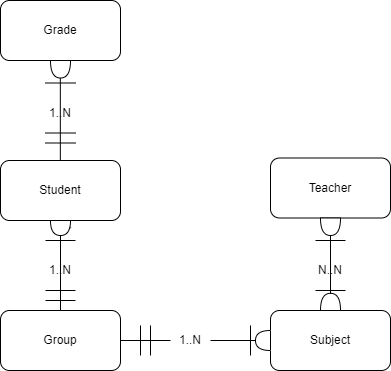
Before: lab2/conceptual scheme of university.png, a diagram exported from draw.io (Aryukhin/database_ml_miet). Source tidied: cells renumbered, new cells last; positions are measured from the earlier drawing's top-left corner, leaving out a move shared by most shapes.
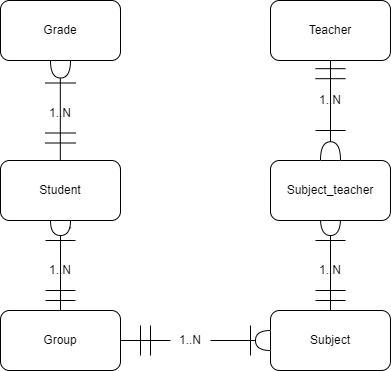
Later version of the same file.

Commit message:
last version of conceptual scheme of university

Diff of the diagram source:
```diff
@@ -12,7 +12,7 @@
       <mxGeometry x="270" y="310" width="120" height="60" as="geometry" />
     </mxCell>
     <mxCell id="5" value="Teacher" style="rounded=1;whiteSpace=wrap;html=1;" parent="1" vertex="1">
-      <mxGeometry x="270" y="157.5" width="120" height="60" as="geometry" />
+      <mxGeometry x="270" width="120" height="60" as="geometry" />
     </mxCell>
     <mxCell id="6" value="Grade" style="rounded=1;whiteSpace=wrap;html=1;" parent="1" vertex="1">
       <mxGeometry width="120" height="60" as="geometry" />
@@ -89,7 +89,7 @@
         <mxPoint x="345" y="240" as="targetPoint" />
       </mxGeometry>
     </mxCell>
-    <mxCell id="22" value="N..N" style="text;html=1;align=center;verticalAlign=middle;whiteSpace=wrap;rounded=0;" parent="1" vertex="1">
+    <mxCell id="22" value="1..N" style="text;html=1;align=center;verticalAlign=middle;whiteSpace=wrap;rounded=0;" parent="1" vertex="1">
       <mxGeometry x="310" y="260" width="40" height="20" as="geometry" />
     </mxCell>
     <mxCell id="23" style="endArrow=none;html=1;rounded=0;exitX=1;exitY=0.5;exitDx=0;exitDy=0;entryX=0;entryY=0.5;entryDx=0;entryDy=0;entryPerimeter=0;exitPerimeter=0;" parent="1" edge="1" source="25">
@@ -97,8 +97,10 @@
         <mxPoint x="330" y="217.5" as="targetPoint" />
       </mxGeometry>
     </mxCell>
-    <mxCell id="24" style="endArrow=none;html=1;rounded=0;exitX=0;exitY=0.5;exitDx=0;exitDy=0;entryX=0;entryY=0.5;entryDx=0;entryDy=0;entryPerimeter=0;exitPerimeter=0;" parent="1" edge="1" source="35" target="25">
-      <mxGeometry relative="1" as="geometry" />
+    <mxCell id="24" style="endArrow=none;html=1;rounded=0;exitX=0;exitY=0.5;exitDx=0;exitDy=0;entryX=0;entryY=0.5;entryDx=0;entryDy=0;entryPerimeter=0;exitPerimeter=0;" parent="1" edge="1" target="25">
+      <mxGeometry relative="1" as="geometry">
+        <mxPoint x="330" y="310" as="sourcePoint" />
+      </mxGeometry>
     </mxCell>
     <mxCell id="25" style="shape=or;whiteSpace=wrap;html=1;rotation=90;" parent="1" vertex="1">
       <mxGeometry x="321.2" y="216.2" width="17.5" height="20" as="geometry" />
@@ -136,11 +138,46 @@
     <mxCell id="33" value="1..N" style="text;html=1;align=center;verticalAlign=middle;whiteSpace=wrap;rounded=0;" parent="1" vertex="1">
       <mxGeometry x="170" y="330" width="40" height="20" as="geometry" />
     </mxCell>
-    <mxCell id="34" style="endArrow=none;html=1;rounded=0;exitX=0.5;exitY=0;exitDx=0;exitDy=0;entryX=0;entryY=0.5;entryDx=0;entryDy=0;entryPerimeter=0;" parent="1" edge="1" source="4" target="35">
-      <mxGeometry relative="1" as="geometry" />
+    <mxCell id="34" style="endArrow=none;html=1;rounded=0;exitX=0.5;exitY=0;exitDx=0;exitDy=0;entryX=0;entryY=0.5;entryDx=0;entryDy=0;entryPerimeter=0;" parent="1" edge="1" source="4">
+      <mxGeometry relative="1" as="geometry">
+        <mxPoint x="330" y="310" as="targetPoint" />
+      </mxGeometry>
     </mxCell>
-    <mxCell id="35" style="shape=or;whiteSpace=wrap;html=1;rotation=-90;" parent="1" vertex="1">
-      <mxGeometry x="321.4" y="291.4" width="17.2" height="20" as="geometry" />
-    </mxCell>
+    <mxCell id="36" value="Subject_teacher" style="rounded=1;whiteSpace=wrap;html=1;" parent="1" vertex="1">
+      <mxGeometry x="270" y="160" width="120" height="60" as="geometry" />
+    </mxCell>
+    <mxCell id="37" style="endArrow=none;html=1;rounded=0;" parent="1" edge="1">
+      <mxGeometry relative="1" as="geometry">
+        <mxPoint x="315" y="300" as="sourcePoint" />
+        <mxPoint x="345" y="300" as="targetPoint" />
+      </mxGeometry>
+    </mxCell>
+    <mxCell id="38" style="endArrow=none;html=1;rounded=0;entryX=0.5;entryY=1;entryDx=0;entryDy=0;exitX=0.5;exitY=0;exitDx=0;exitDy=0;" parent="1" edge="1" source="36" target="5">
+      <mxGeometry relative="1" as="geometry" />
+    </mxCell>
+    <mxCell id="39" style="endArrow=none;html=1;rounded=0;" parent="1" edge="1">
+      <mxGeometry relative="1" as="geometry">
+        <mxPoint x="315" y="68.2" as="sourcePoint" />
+        <mxPoint x="345" y="68.2" as="targetPoint" />
+      </mxGeometry>
+    </mxCell>
+    <mxCell id="40" style="endArrow=none;html=1;rounded=0;" parent="1" edge="1">
+      <mxGeometry relative="1" as="geometry">
+        <mxPoint x="315" y="78.2" as="sourcePoint" />
+        <mxPoint x="345" y="78.2" as="targetPoint" />
+      </mxGeometry>
+    </mxCell>
+    <mxCell id="41" style="endArrow=none;html=1;rounded=0;" parent="1" edge="1">
+      <mxGeometry relative="1" as="geometry">
+        <mxPoint x="315" y="130" as="sourcePoint" />
+        <mxPoint x="345" y="130" as="targetPoint" />
+      </mxGeometry>
+    </mxCell>
+    <mxCell id="42" style="shape=or;whiteSpace=wrap;html=1;rotation=-90;" parent="1" vertex="1">
+      <mxGeometry x="320.6" y="140.6" width="18.8" height="20" as="geometry" />
+    </mxCell>
+    <mxCell id="43" value="1..N" style="text;html=1;align=center;verticalAlign=middle;whiteSpace=wrap;rounded=0;" parent="1" vertex="1">
+      <mxGeometry x="310" y="90" width="40" height="20" as="geometry" />
+    </mxCell>
   </root>
 </mxGraphModel>
```
